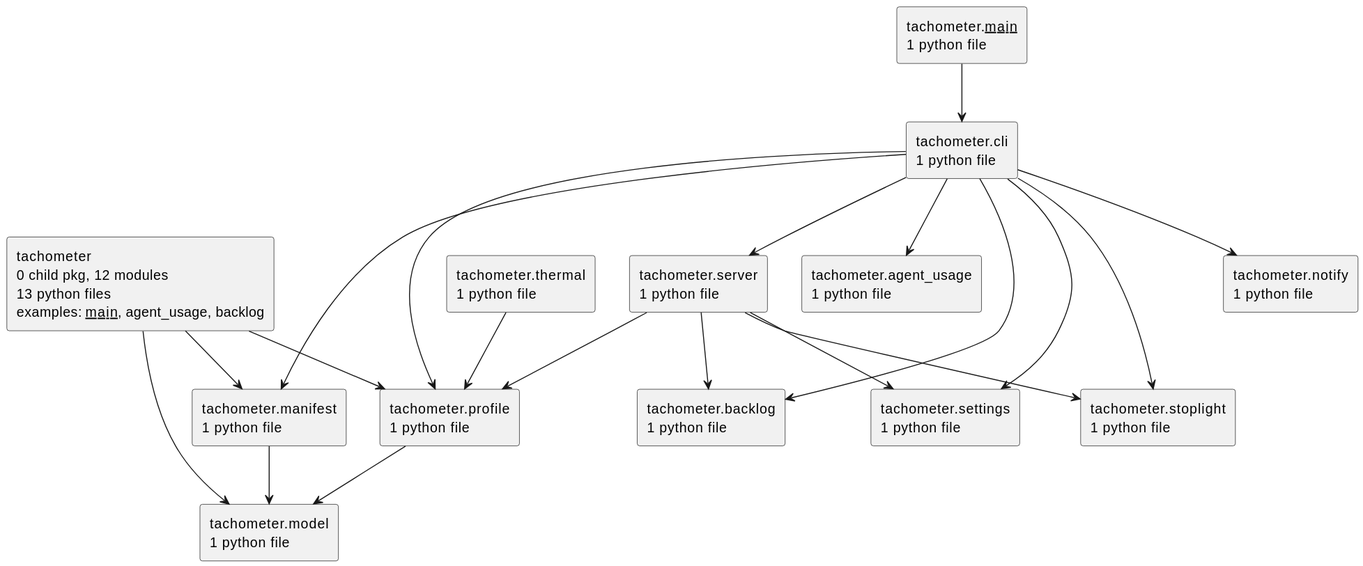
This is docs/diagrams/python-packages.puml.svg from casonk/tachometer, a PlantUML export, as it was before one commit.
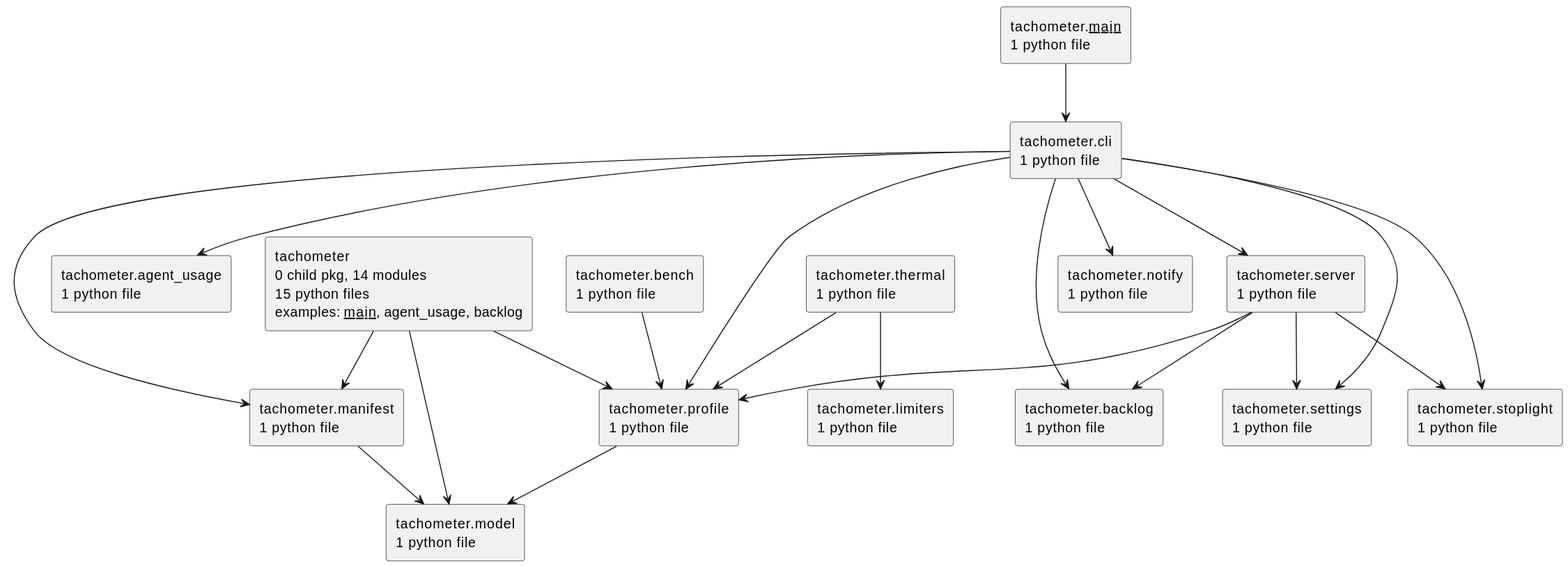
Later version of the same file.

What changed in the source:
```diff
@@ -2,11 +2,13 @@
 set namespaceSeparator none
 top to bottom direction
 skinparam componentStyle rectangle
-rectangle "tachometer\n0 child pkg, 12 modules\n13 python files\nexamples: __main__, agent_usage, backlog" as tachometer
+rectangle "tachometer\n0 child pkg, 14 modules\n15 python files\nexamples: __main__, agent_usage, backlog" as tachometer
 rectangle "tachometer.__main__\n1 python file" as tachometer.__main__
 rectangle "tachometer.agent_usage\n1 python file" as tachometer.agent_usage
 rectangle "tachometer.backlog\n1 python file" as tachometer.backlog
+rectangle "tachometer.bench\n1 python file" as tachometer.bench
 rectangle "tachometer.cli\n1 python file" as tachometer.cli
+rectangle "tachometer.limiters\n1 python file" as tachometer.limiters
 rectangle "tachometer.manifest\n1 python file" as tachometer.manifest
 rectangle "tachometer.model\n1 python file" as tachometer.model
 rectangle "tachometer.notify\n1 python file" as tachometer.notify
@@ -19,6 +21,7 @@
 tachometer --> tachometer.model
 tachometer --> tachometer.profile
 tachometer.__main__ --> tachometer.cli
+tachometer.bench --> tachometer.profile
 tachometer.cli --> tachometer.agent_usage
 tachometer.cli --> tachometer.backlog
 tachometer.cli --> tachometer.manifest
@@ -33,5 +36,6 @@
 tachometer.server --> tachometer.profile
 tachometer.server --> tachometer.settings
 tachometer.server --> tachometer.stoplight
+tachometer.thermal --> tachometer.limiters
 tachometer.thermal --> tachometer.profile
 @enduml
```
